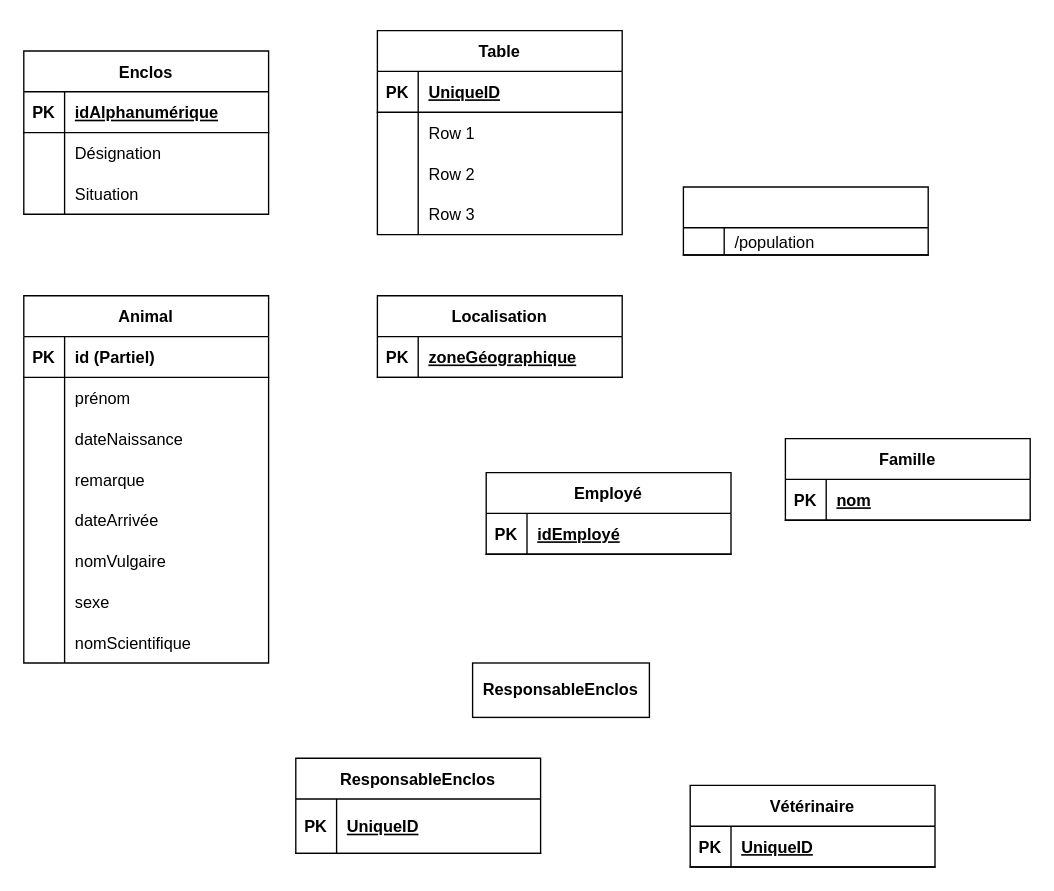
Above: Untitled Diagram.drawio in R0ma01/R0ma01 (draw.io), before the change. Source tidied: cells renumbered, new cells numbered last; positions are measured from the earlier drawing's top-left corner, leaving out a move shared by most shapes. Both pictures are drawn from the tidied source at 136%, with x=0, y=0 at pixel (23, 30).
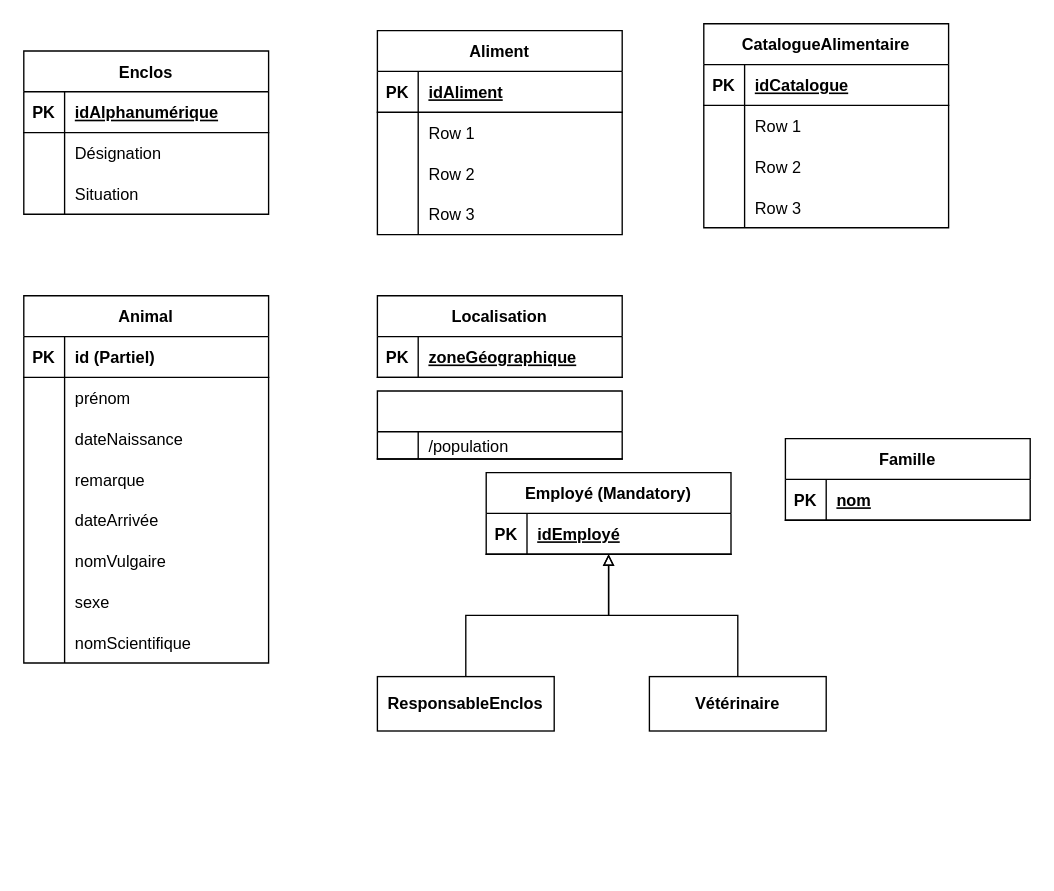
After the change.

Unchanged cells that the change refers to:
```xml
<mxCell id="38" style="shape=tableRow;horizontal=0;startSize=0;swimlaneHead=0;swimlaneBody=0;fillColor=none;top=0;left=0;right=0;bottom=1;" parent="37" vertex="1">
  <mxGeometry y="30" width="180" height="30" as="geometry" />
</mxCell>
```

What changed in the source:
```diff
@@
-    <mxCell id="37" value="Table" style="shape=table;startSize=30;childLayout=tableLayout;rowLines=0;fontStyle=1;align=center;" parent="1" vertex="1">
+    <mxCell id="37" value="Aliment" style="shape=table;startSize=30;childLayout=tableLayout;rowLines=0;fontStyle=1;align=center;" parent="1" vertex="1">
       <mxGeometry x="260" width="180" height="150" as="geometry" />
     </mxCell>
@@
-    <mxCell id="40" value="UniqueID" style="shape=partialRectangle;fillColor=none;top=0;left=0;bottom=0;right=0;align=left;spacingLeft=6;fontStyle=5;overflow=hidden;" parent="38" vertex="1">
+    <mxCell id="40" value="idAliment" style="shape=partialRectangle;fillColor=none;top=0;left=0;bottom=0;right=0;align=left;spacingLeft=6;fontStyle=5;overflow=hidden;" parent="38" vertex="1">
       <mxGeometry x="30" width="150" height="30" as="geometry" />
     </mxCell>
@@
+    <mxCell id="75" style="edgeStyle=orthogonalEdgeStyle;rounded=0;jettySize=auto;html=1;entryX=0.5;entryY=0;entryDx=0;entryDy=0;strokeColor=default;startArrow=block;startFill=0;endArrow=none;endFill=0;" parent="1" edge="1" source="50" target="58">
+      <mxGeometry relative="1" as="geometry">
+        <Array as="points">
+          <mxPoint x="430" y="430" />
+          <mxPoint x="525" y="430" />
+        </Array>
+      </mxGeometry>
+    </mxCell>
+    <mxCell id="76" style="edgeStyle=orthogonalEdgeStyle;rounded=0;jettySize=auto;html=1;entryX=0.5;entryY=0;entryDx=0;entryDy=0;strokeColor=default;startArrow=block;startFill=0;endArrow=none;endFill=0;" parent="1" edge="1" source="50" target="74">
+      <mxGeometry relative="1" as="geometry" />
+    </mxCell>
-    <mxCell id="50" value="Employé" style="shape=table;startSize=30;childLayout=tableLayout;rowLines=0;fontStyle=1;align=center;" parent="1" vertex="1">
+    <mxCell id="50" value="Employé (Mandatory)" style="shape=table;startSize=30;childLayout=tableLayout;rowLines=0;fontStyle=1;align=center;" parent="1" vertex="1">
       <mxGeometry x="340" y="325" width="180" height="60" as="geometry" />
     </mxCell>
@@
-    <mxCell id="54" value="ResponsableEnclos" style="shape=table;startSize=30;childLayout=tableLayout;rowLines=0;fontStyle=1;align=center;" parent="1" vertex="1">
-      <mxGeometry x="200" y="535" width="180" height="70" as="geometry" />
-    </mxCell>
-    <mxCell id="55" style="shape=tableRow;horizontal=0;startSize=0;swimlaneHead=0;swimlaneBody=0;fillColor=none;top=0;left=0;right=0;bottom=1;" parent="54" vertex="1">
-      <mxGeometry y="30" width="180" height="40" as="geometry" />
-    </mxCell>
-    <mxCell id="56" value="PK" style="shape=partialRectangle;fillColor=none;top=0;left=0;bottom=0;right=0;fontStyle=1;overflow=hidden;" parent="55" vertex="1">
-      <mxGeometry width="30" height="40" as="geometry" />
-    </mxCell>
-    <mxCell id="57" value="UniqueID" style="shape=partialRectangle;fillColor=none;top=0;left=0;bottom=0;right=0;align=left;spacingLeft=6;fontStyle=5;overflow=hidden;" parent="55" vertex="1">
-      <mxGeometry x="30" width="150" height="40" as="geometry" />
-    </mxCell>
-    <mxCell id="58" value="Vétérinaire" style="shape=table;startSize=30;childLayout=tableLayout;rowLines=0;fontStyle=1;align=center;" parent="1" vertex="1">
-      <mxGeometry x="490" y="555" width="180" height="60" as="geometry" />
-    </mxCell>
-    <mxCell id="59" style="shape=tableRow;horizontal=0;startSize=0;swimlaneHead=0;swimlaneBody=0;fillColor=none;top=0;left=0;right=0;bottom=1;" parent="58" vertex="1">
-      <mxGeometry y="30" width="180" height="30" as="geometry" />
-    </mxCell>
-    <mxCell id="60" value="PK" style="shape=partialRectangle;fillColor=none;top=0;left=0;bottom=0;right=0;fontStyle=1;overflow=hidden;" parent="59" vertex="1">
-      <mxGeometry width="30" height="30" as="geometry" />
-    </mxCell>
-    <mxCell id="61" value="UniqueID" style="shape=partialRectangle;fillColor=none;top=0;left=0;bottom=0;right=0;align=left;spacingLeft=6;fontStyle=5;overflow=hidden;" parent="59" vertex="1">
-      <mxGeometry x="30" width="150" height="30" as="geometry" />
-    </mxCell>
@@
     <mxCell id="70" style="shape=table;startSize=30;childLayout=tableLayout;rowLines=0;fontStyle=1;align=center;" parent="1" vertex="1">
-      <mxGeometry x="485" y="115" width="180" height="50" as="geometry" />
+      <mxGeometry x="260" y="265" width="180" height="50" as="geometry" />
     </mxCell>
@@
     <mxCell id="74" value="&lt;b&gt;ResponsableEnclos&lt;/b&gt;" style="whiteSpace=wrap;html=1;align=center;" parent="1" vertex="1">
-      <mxGeometry x="330" y="465" width="130" height="40" as="geometry" />
+      <mxGeometry x="260" y="475" width="130" height="40" as="geometry" />
     </mxCell>
+    <mxCell id="58" value="&lt;b&gt;Vétérinaire&lt;/b&gt;" style="whiteSpace=wrap;html=1;align=center;" parent="1" vertex="1">
+      <mxGeometry x="460" y="475" width="130" height="40" as="geometry" />
+    </mxCell>
+    <mxCell id="77" value="CatalogueAlimentaire" style="shape=table;startSize=30;childLayout=tableLayout;rowLines=0;fontStyle=1;align=center;" parent="1" vertex="1">
+      <mxGeometry x="500" y="-5" width="180" height="150" as="geometry" />
+    </mxCell>
+    <mxCell id="59" style="shape=tableRow;horizontal=0;startSize=0;swimlaneHead=0;swimlaneBody=0;fillColor=none;top=0;left=0;right=0;bottom=1;" parent="77" vertex="1">
+      <mxGeometry y="30" width="180" height="30" as="geometry" />
+    </mxCell>
+    <mxCell id="60" value="PK" style="shape=partialRectangle;fillColor=none;top=0;left=0;bottom=0;right=0;fontStyle=1;overflow=hidden;" parent="59" vertex="1">
+      <mxGeometry width="30" height="30" as="geometry" />
+    </mxCell>
+    <mxCell id="78" value="idCatalogue" style="shape=partialRectangle;fillColor=none;top=0;left=0;bottom=0;right=0;align=left;spacingLeft=6;fontStyle=5;overflow=hidden;" parent="59" vertex="1">
+      <mxGeometry x="30" width="150" height="30" as="geometry" />
+    </mxCell>
+    <mxCell id="79" style="shape=tableRow;horizontal=0;startSize=0;swimlaneHead=0;swimlaneBody=0;fillColor=none;top=0;left=0;right=0;bottom=0;" parent="77" vertex="1">
+      <mxGeometry y="60" width="180" height="30" as="geometry" />
+    </mxCell>
+    <mxCell id="80" style="shape=partialRectangle;fillColor=none;top=0;left=0;bottom=0;right=0;overflow=hidden;" parent="79" vertex="1">
+      <mxGeometry width="30" height="30" as="geometry" />
+    </mxCell>
+    <mxCell id="81" value="Row 1" style="shape=partialRectangle;fillColor=none;top=0;left=0;bottom=0;right=0;align=left;spacingLeft=6;overflow=hidden;" parent="79" vertex="1">
+      <mxGeometry x="30" width="150" height="30" as="geometry" />
+    </mxCell>
+    <mxCell id="82" style="shape=tableRow;horizontal=0;startSize=0;swimlaneHead=0;swimlaneBody=0;fillColor=none;top=0;left=0;right=0;bottom=0;" parent="77" vertex="1">
+      <mxGeometry y="90" width="180" height="30" as="geometry" />
+    </mxCell>
+    <mxCell id="83" style="shape=partialRectangle;fillColor=none;top=0;left=0;bottom=0;right=0;overflow=hidden;" parent="82" vertex="1">
+      <mxGeometry width="30" height="30" as="geometry" />
+    </mxCell>
+    <mxCell id="84" value="Row 2" style="shape=partialRectangle;fillColor=none;top=0;left=0;bottom=0;right=0;align=left;spacingLeft=6;overflow=hidden;" parent="82" vertex="1">
+      <mxGeometry x="30" width="150" height="30" as="geometry" />
+    </mxCell>
+    <mxCell id="85" style="shape=tableRow;horizontal=0;startSize=0;swimlaneHead=0;swimlaneBody=0;fillColor=none;top=0;left=0;right=0;bottom=0;" parent="77" vertex="1">
+      <mxGeometry y="120" width="180" height="30" as="geometry" />
+    </mxCell>
+    <mxCell id="86" style="shape=partialRectangle;fillColor=none;top=0;left=0;bottom=0;right=0;overflow=hidden;" parent="85" vertex="1">
+      <mxGeometry width="30" height="30" as="geometry" />
+    </mxCell>
+    <mxCell id="87" value="Row 3" style="shape=partialRectangle;fillColor=none;top=0;left=0;bottom=0;right=0;align=left;spacingLeft=6;overflow=hidden;" parent="85" vertex="1">
+      <mxGeometry x="30" width="150" height="30" as="geometry" />
+    </mxCell>
```
